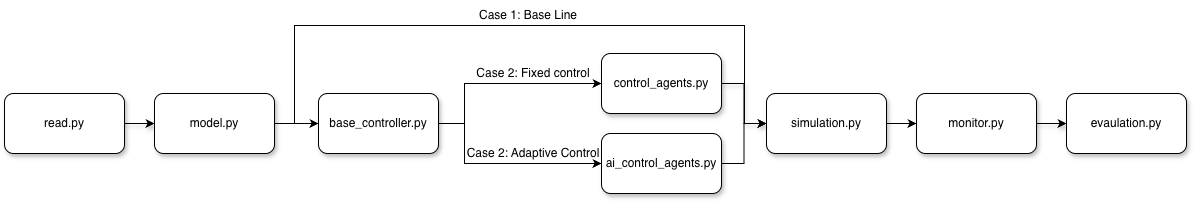
This is roadmap.png from arsiboo/production-flow-network-simulation, a draw.io export, as it was before one commit. Source tidied: cells renumbered, new cells last; positions are measured from the earlier drawing's top-left corner, leaving out a move shared by most shapes.
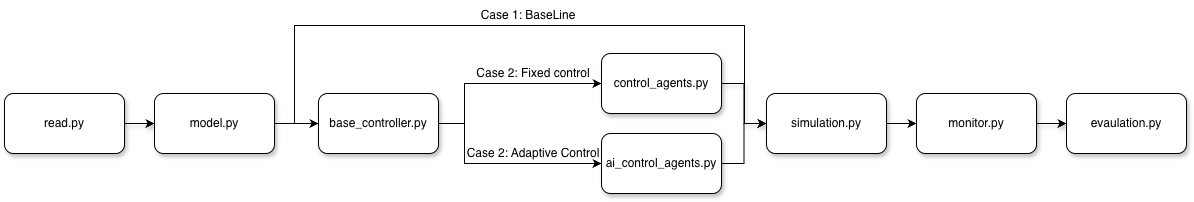
After the change.

Change to the diagram source:
```diff
@@ -70,7 +70,7 @@
     <mxCell id="18" value="base_controller.py" style="rounded=1;whiteSpace=wrap;html=1;shadow=1;" parent="1" vertex="1">
       <mxGeometry x="314" y="93" width="120" height="60" as="geometry" />
     </mxCell>
-    <mxCell id="19" value="Case 1: Base Line" style="text;html=1;whiteSpace=wrap;strokeColor=none;fillColor=none;align=center;verticalAlign=middle;rounded=0;" parent="1" vertex="1">
+    <mxCell id="19" value="Case 1: BaseLine" style="text;html=1;whiteSpace=wrap;strokeColor=none;fillColor=none;align=center;verticalAlign=middle;rounded=0;" parent="1" vertex="1">
       <mxGeometry x="469" width="110" height="30" as="geometry" />
     </mxCell>
     <mxCell id="20" value="Case 2: Fixed control" style="text;html=1;whiteSpace=wrap;strokeColor=none;fillColor=none;align=center;verticalAlign=middle;rounded=0;" parent="1" vertex="1">
```
